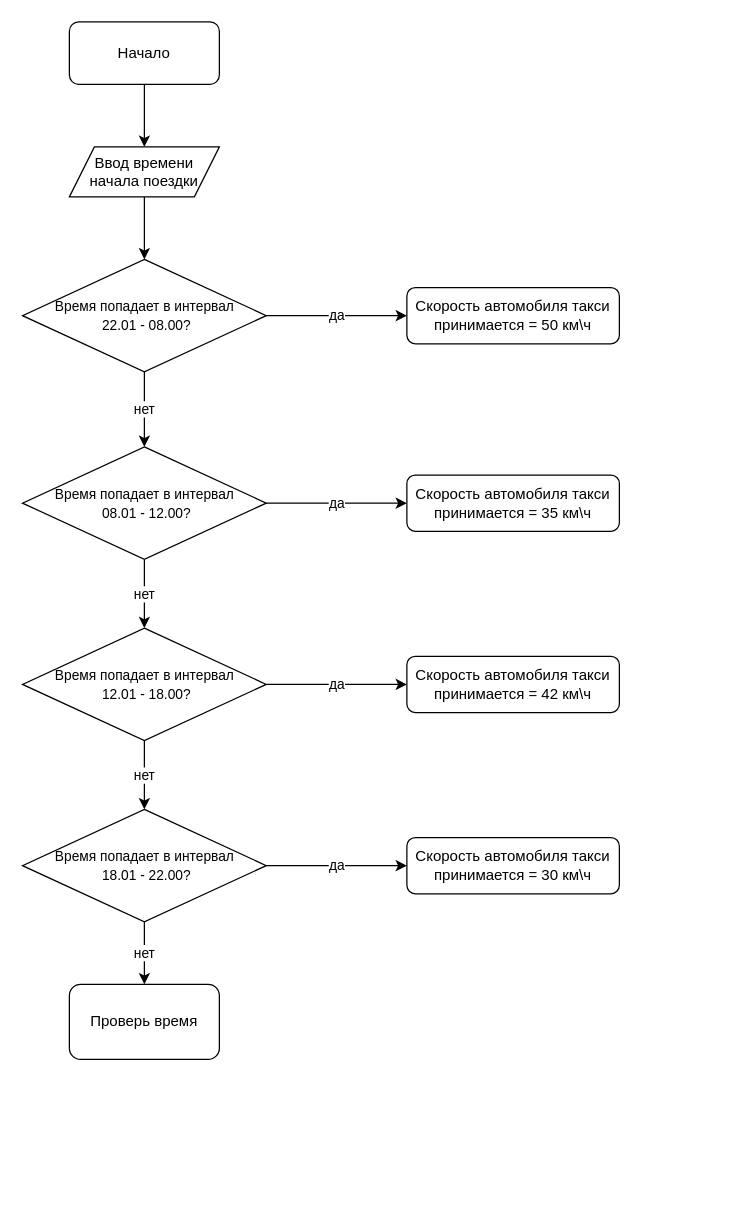
Earlier version of the draw.io diagram page "Page-1" (1 of 2) of 1спринт/2часть/Филипчик_Блок_Схема_полная.drawio (battleheart70/Y.Routes). Source tidied: cells renumbered, new cells numbered last; positions are measured from the earlier drawing's top-left corner, leaving out a move shared by most shapes. Both pictures are drawn from the tidied source at 125%, with x=0, y=0 at pixel (21, 21).
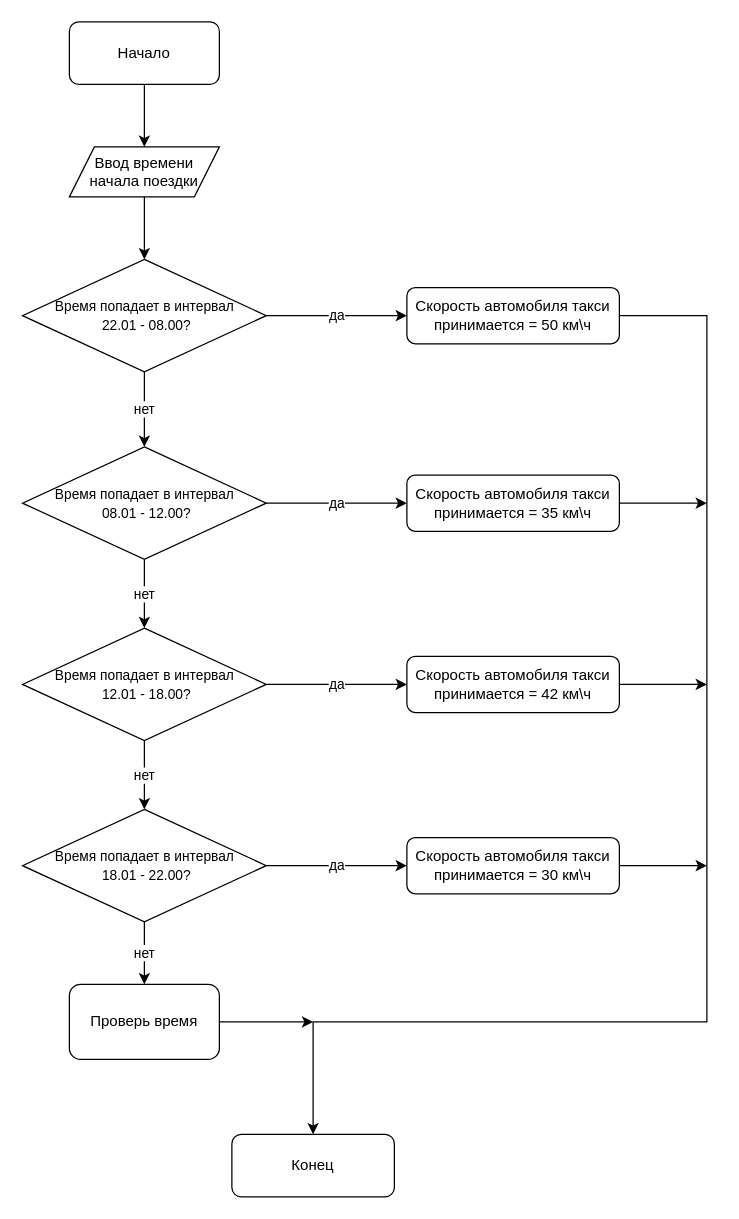
The same diagram, later.

Unchanged cells that the change refers to:
```xml
<mxCell id="18" value="Скорость автомобиля такси принимается = 50 км\ч" style="rounded=1;whiteSpace=wrap;html=1;" parent="1" vertex="1">
  <mxGeometry x="308" y="212.5" width="170" height="45" as="geometry" />
</mxCell>
<mxCell id="19" value="Скорость автомобиля такси принимается = 35 км\ч" style="rounded=1;whiteSpace=wrap;html=1;" parent="1" vertex="1">
  <mxGeometry x="308" y="362.5" width="170" height="45" as="geometry" />
</mxCell>
<mxCell id="20" value="Скорость автомобиля такси принимается = 42 км\ч" style="rounded=1;whiteSpace=wrap;html=1;" parent="1" vertex="1">
  <mxGeometry x="308" y="507.5" width="170" height="45" as="geometry" />
</mxCell>
<mxCell id="21" value="Скорость автомобиля такси принимается = 30 км\ч" style="rounded=1;whiteSpace=wrap;html=1;" parent="1" vertex="1">
  <mxGeometry x="308" y="652.5" width="170" height="45" as="geometry" />
</mxCell>
<mxCell id="22" value="Проверь время" style="rounded=1;whiteSpace=wrap;html=1;" parent="1" vertex="1">
  <mxGeometry x="38" y="770" width="120" height="60" as="geometry" />
</mxCell>
```

Diff of the diagram source:
```diff
@@
+    <mxCell id="23" style="edgeStyle=orthogonalEdgeStyle;rounded=0;jettySize=auto;html=1;entryX=0.5;entryY=0;entryDx=0;entryDy=0;" parent="1" edge="1" source="18" target="28">
+      <mxGeometry relative="1" as="geometry">
+        <Array as="points">
+          <mxPoint x="548" y="235" />
+          <mxPoint x="548" y="800" />
+          <mxPoint x="233" y="800" />
+        </Array>
+      </mxGeometry>
+    </mxCell>
@@
+    <mxCell id="24" style="edgeStyle=orthogonalEdgeStyle;rounded=0;jettySize=auto;html=1;" parent="1" edge="1" source="19">
+      <mxGeometry relative="1" as="geometry">
+        <mxPoint x="548" y="385" as="targetPoint" />
+      </mxGeometry>
+    </mxCell>
@@
+    <mxCell id="25" style="edgeStyle=orthogonalEdgeStyle;rounded=0;jettySize=auto;html=1;" parent="1" edge="1" source="20">
+      <mxGeometry relative="1" as="geometry">
+        <mxPoint x="548" y="530" as="targetPoint" />
+      </mxGeometry>
+    </mxCell>
@@
+    <mxCell id="26" style="edgeStyle=orthogonalEdgeStyle;rounded=0;jettySize=auto;html=1;" parent="1" edge="1" source="21">
+      <mxGeometry relative="1" as="geometry">
+        <mxPoint x="548" y="675" as="targetPoint" />
+      </mxGeometry>
+    </mxCell>
@@
+    <mxCell id="27" style="edgeStyle=orthogonalEdgeStyle;rounded=0;jettySize=auto;html=1;" parent="1" edge="1" source="22">
+      <mxGeometry relative="1" as="geometry">
+        <mxPoint x="233" y="800" as="targetPoint" />
+      </mxGeometry>
+    </mxCell>
@@
+    <mxCell id="28" value="Конец" style="rounded=1;whiteSpace=wrap;html=1;" parent="1" vertex="1">
+      <mxGeometry x="168" y="890" width="130" height="50" as="geometry" />
+    </mxCell>
```
